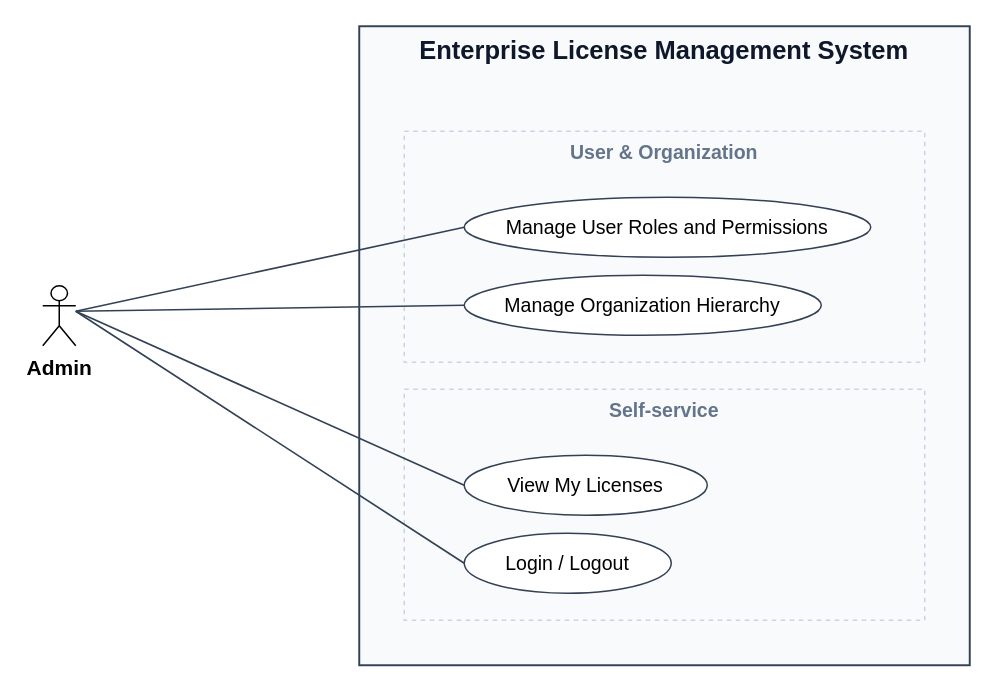
Above: docs/diagrams/out/uc_admin.drawio in cuonglpv/VFast (draw.io), before the change. Source tidied: cells renumbered, new cells numbered last; positions are measured from the earlier drawing's top-left corner, leaving out a move shared by most shapes. Both pictures are drawn from the tidied source at 150%, with x=0, y=0 at pixel (42, 26).
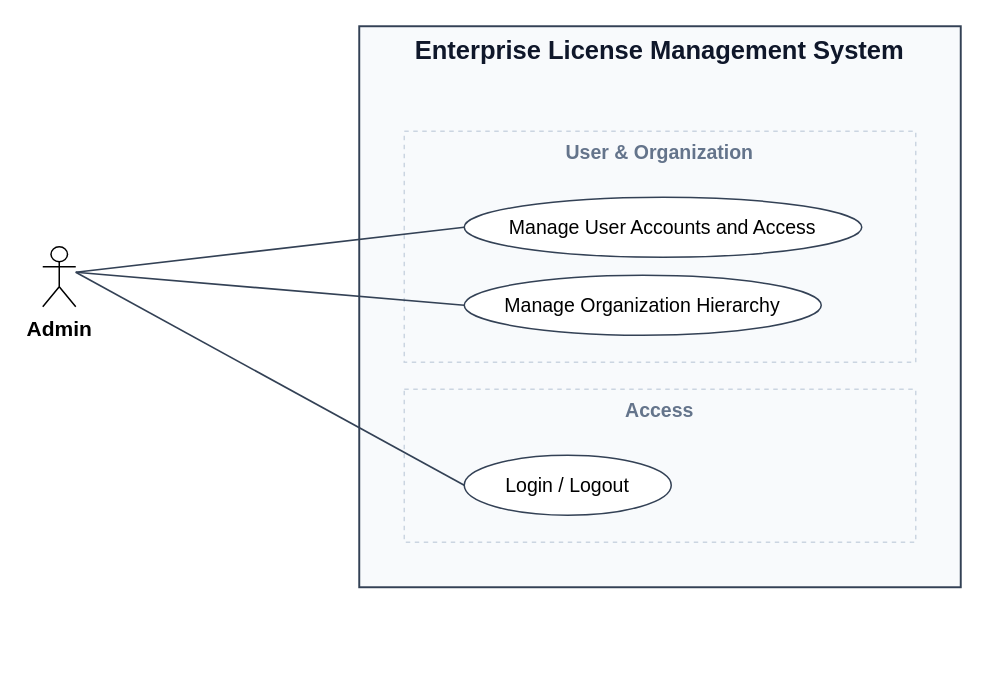
The same diagram, later.

Diff of the diagram source:
```diff
@@
 <mxGraphModel>
   <root>
     <mxCell id="0" />
     <mxCell id="1" parent="0" />
     <mxCell id="2" value="Enterprise License Management System" style="rounded=0;arcSize=0;absoluteArcSize=1;whiteSpace=wrap;html=1;fillColor=#F8FAFC;strokeColor=#334155;strokeWidth=1.3;fontSize=17;fontColor=#0f172a;align=center;verticalAlign=top;fontStyle=1;" parent="1" vertex="1">
-      <mxGeometry x="211" width="407" height="426" as="geometry" />
+      <mxGeometry x="211" width="401" height="374" as="geometry" />
     </mxCell>
     <mxCell id="3" value="User &amp;amp; Organization" style="rounded=0;arcSize=0;absoluteArcSize=1;whiteSpace=wrap;html=1;fillColor=#F8FAFC;strokeColor=#CBD5E1;strokeWidth=1;fontSize=13;fontColor=#64748B;align=center;verticalAlign=top;dashed=1;fontStyle=1;" parent="1" vertex="1">
-      <mxGeometry x="241" y="70" width="347" height="154" as="geometry" />
+      <mxGeometry x="241" y="70" width="341" height="154" as="geometry" />
     </mxCell>
-    <mxCell id="4" value="Manage User Roles and Permissions" style="ellipse;whiteSpace=wrap;html=1;fillColor=#ffffff;strokeColor=#334155;fontSize=13;fontColor=#000000;" parent="1" vertex="1">
-      <mxGeometry x="281" y="114" width="271" height="40" as="geometry" />
+    <mxCell id="4" value="Manage User Accounts and Access" style="ellipse;whiteSpace=wrap;html=1;fillColor=#ffffff;strokeColor=#334155;fontSize=13;fontColor=#000000;" parent="1" vertex="1">
+      <mxGeometry x="281" y="114" width="265" height="40" as="geometry" />
     </mxCell>
     <mxCell id="5" value="Manage Organization Hierarchy" style="ellipse;whiteSpace=wrap;html=1;fillColor=#ffffff;strokeColor=#334155;fontSize=13;fontColor=#000000;" parent="1" vertex="1">
       <mxGeometry x="281" y="166" width="238" height="40" as="geometry" />
     </mxCell>
-    <mxCell id="6" value="Self-service" style="rounded=0;arcSize=0;absoluteArcSize=1;whiteSpace=wrap;html=1;fillColor=#F8FAFC;strokeColor=#CBD5E1;strokeWidth=1;fontSize=13;fontColor=#64748B;align=center;verticalAlign=top;dashed=1;fontStyle=1;" parent="1" vertex="1">
-      <mxGeometry x="241" y="242" width="347" height="154" as="geometry" />
+    <mxCell id="6" value="Access" style="rounded=0;arcSize=0;absoluteArcSize=1;whiteSpace=wrap;html=1;fillColor=#F8FAFC;strokeColor=#CBD5E1;strokeWidth=1;fontSize=13;fontColor=#64748B;align=center;verticalAlign=top;dashed=1;fontStyle=1;" parent="1" vertex="1">
+      <mxGeometry x="241" y="242" width="341" height="102" as="geometry" />
     </mxCell>
-    <mxCell id="7" value="View My Licenses" style="ellipse;whiteSpace=wrap;html=1;fillColor=#ffffff;strokeColor=#334155;fontSize=13;fontColor=#000000;" parent="1" vertex="1">
-      <mxGeometry x="281" y="286" width="162" height="40" as="geometry" />
+    <mxCell id="7" value="Login / Logout" style="ellipse;whiteSpace=wrap;html=1;fillColor=#ffffff;strokeColor=#334155;fontSize=13;fontColor=#000000;" parent="1" vertex="1">
+      <mxGeometry x="281" y="286" width="138" height="40" as="geometry" />
     </mxCell>
-    <mxCell id="8" value="Login / Logout" style="ellipse;whiteSpace=wrap;html=1;fillColor=#ffffff;strokeColor=#334155;fontSize=13;fontColor=#000000;" parent="1" vertex="1">
-      <mxGeometry x="281" y="338" width="138" height="40" as="geometry" />
+    <mxCell id="8" value="Admin" style="shape=umlActor;html=1;verticalLabelPosition=bottom;verticalAlign=top;labelPosition=center;align=center;fontSize=14;fontStyle=1;" parent="1" vertex="1">
+      <mxGeometry y="147" width="22" height="40" as="geometry" />
     </mxCell>
-    <mxCell id="9" value="Admin" style="shape=umlActor;html=1;verticalLabelPosition=bottom;verticalAlign=top;labelPosition=center;align=center;fontSize=14;fontStyle=1;" parent="1" vertex="1">
-      <mxGeometry y="173" width="22" height="40" as="geometry" />
+    <mxCell id="9" style="html=1;rounded=0;endArrow=none;endFill=0;startArrow=none;startFill=0;strokeColor=#334155;strokeWidth=1.1;" parent="1" edge="1">
+      <mxGeometry relative="1" as="geometry">
+        <mxPoint x="22" y="164" as="sourcePoint" />
+        <mxPoint x="281" y="134" as="targetPoint" />
+      </mxGeometry>
     </mxCell>
     <mxCell id="10" style="html=1;rounded=0;endArrow=none;endFill=0;startArrow=none;startFill=0;strokeColor=#334155;strokeWidth=1.1;" parent="1" edge="1">
       <mxGeometry relative="1" as="geometry">
-        <mxPoint x="22" y="190" as="sourcePoint" />
-        <mxPoint x="281" y="134" as="targetPoint" />
+        <mxPoint x="22" y="164" as="sourcePoint" />
+        <mxPoint x="281" y="186" as="targetPoint" />
       </mxGeometry>
     </mxCell>
     <mxCell id="11" style="html=1;rounded=0;endArrow=none;endFill=0;startArrow=none;startFill=0;strokeColor=#334155;strokeWidth=1.1;" parent="1" edge="1">
       <mxGeometry relative="1" as="geometry">
-        <mxPoint x="22" y="190" as="sourcePoint" />
-        <mxPoint x="281" y="186" as="targetPoint" />
+        <mxPoint x="22" y="164" as="sourcePoint" />
+        <mxPoint x="281" y="306" as="targetPoint" />
       </mxGeometry>
     </mxCell>
-    <mxCell id="12" style="html=1;rounded=0;endArrow=none;endFill=0;startArrow=none;startFill=0;strokeColor=#334155;strokeWidth=1.1;" parent="1" edge="1">
-      <mxGeometry relative="1" as="geometry">
-        <mxPoint x="22" y="190" as="sourcePoint" />
-        <mxPoint x="281" y="306" as="targetPoint" />
-      </mxGeometry>
-    </mxCell>
-    <mxCell id="13" style="html=1;rounded=0;endArrow=none;endFill=0;startArrow=none;startFill=0;strokeColor=#334155;strokeWidth=1.1;" parent="1" edge="1">
-      <mxGeometry relative="1" as="geometry">
-        <mxPoint x="22" y="190" as="sourcePoint" />
-        <mxPoint x="281" y="358" as="targetPoint" />
-      </mxGeometry>
-    </mxCell>
   </root>
 </mxGraphModel>
```
